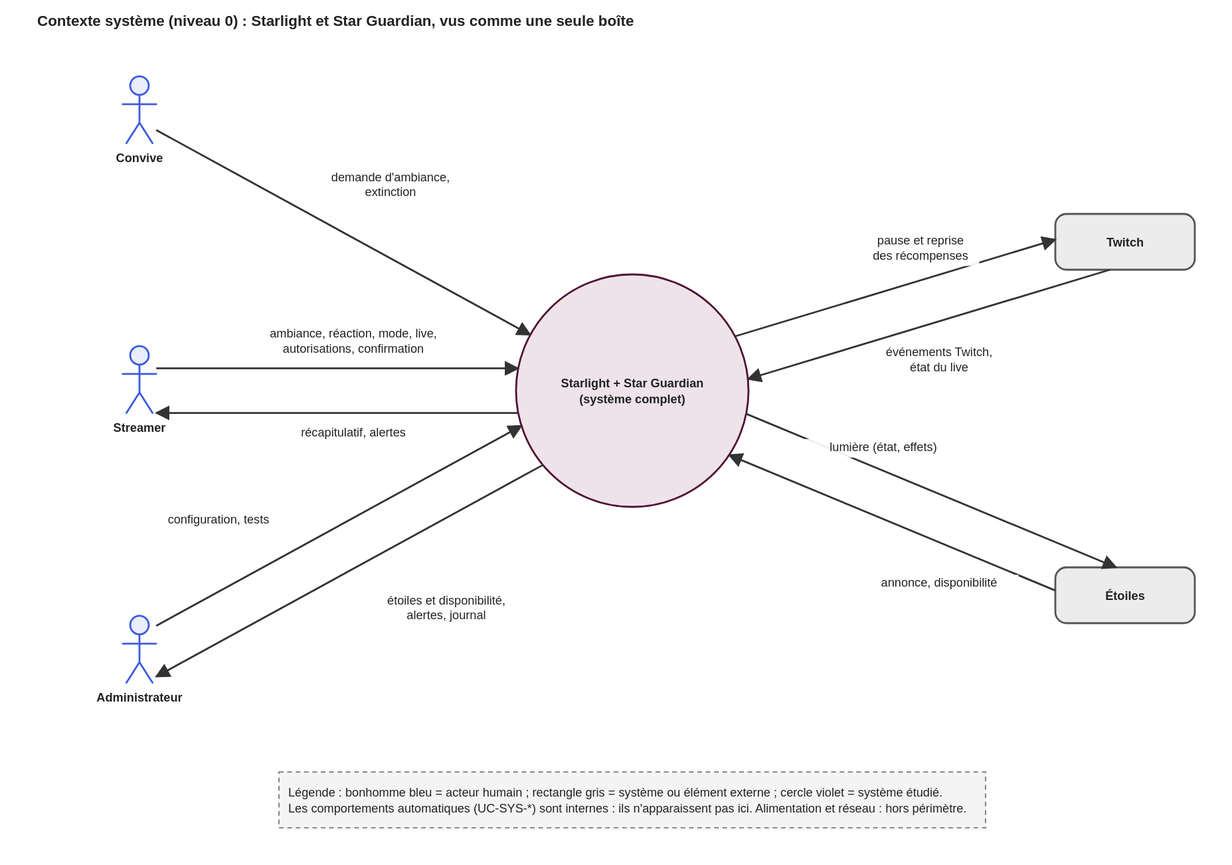
Earlier version of the draw.io export docs/02-specifications/contexte-systeme.drawio.svg (Has-san/Starlight). Source tidied: cells renumbered, new cells last; positions are measured from the earlier drawing's top-left corner, leaving out a move shared by most shapes.
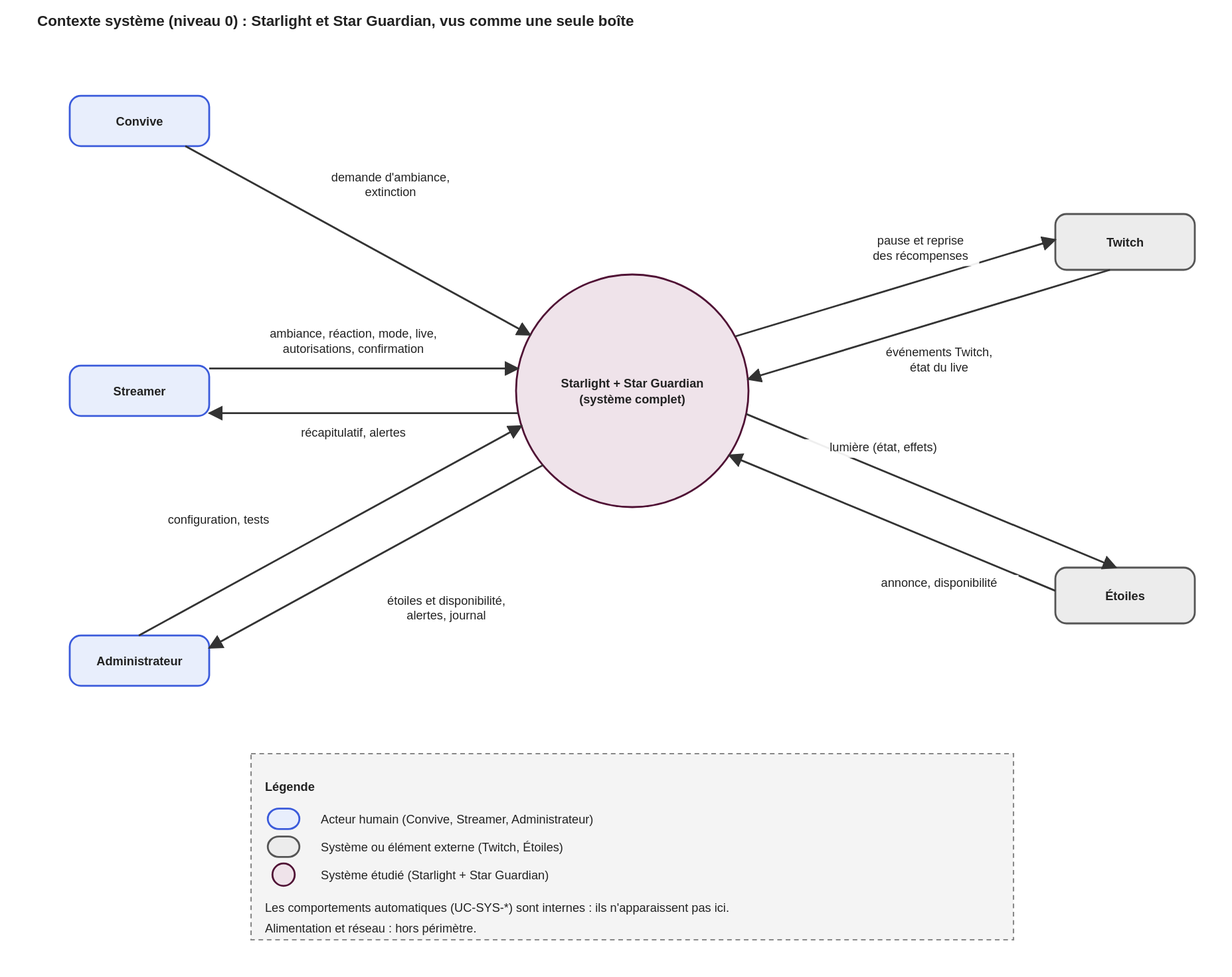
The same diagram one commit later.

Commit message:
docs: humains en rectangles et légende en liste avec couleurs sur le schéma de contexte

Claude-Session: https://claude.ai/code/session_019Qt1ZNcs26i7ZgavyR8azT

The edit, as a diff of the source:
```diff
@@ -2,14 +2,14 @@
   <root>
     <mxCell id="0" />
     <mxCell id="1" parent="0" />
-    <mxCell id="2" value="Convive" style="shape=umlActor;verticalLabelPosition=bottom;verticalAlign=top;html=1;outlineConnect=0;fillColor=#e8eefc;strokeColor=#3b5bdb;strokeWidth=2;fontSize=13;fontStyle=1;" parent="1" vertex="1">
-      <mxGeometry width="36" height="72" as="geometry" />
+    <mxCell id="2" value="Convive" style="rounded=1;whiteSpace=wrap;html=1;fillColor=#e8eefc;strokeColor=#3b5bdb;strokeWidth=2;fontSize=13;" parent="1" vertex="1">
+      <mxGeometry x="-57" y="21" width="150" height="54" as="geometry" />
     </mxCell>
-    <mxCell id="3" value="Streamer" style="shape=umlActor;verticalLabelPosition=bottom;verticalAlign=top;html=1;outlineConnect=0;fillColor=#e8eefc;strokeColor=#3b5bdb;strokeWidth=2;fontSize=13;fontStyle=1;" parent="1" vertex="1">
-      <mxGeometry y="290" width="36" height="72" as="geometry" />
+    <mxCell id="3" value="Streamer" style="rounded=1;whiteSpace=wrap;html=1;fillColor=#e8eefc;strokeColor=#3b5bdb;strokeWidth=2;fontSize=13;" parent="1" vertex="1">
+      <mxGeometry x="-57" y="311" width="150" height="54" as="geometry" />
     </mxCell>
-    <mxCell id="4" value="Administrateur" style="shape=umlActor;verticalLabelPosition=bottom;verticalAlign=top;html=1;outlineConnect=0;fillColor=#e8eefc;strokeColor=#3b5bdb;strokeWidth=2;fontSize=13;fontStyle=1;" parent="1" vertex="1">
-      <mxGeometry y="580" width="36" height="72" as="geometry" />
+    <mxCell id="4" value="Administrateur" style="rounded=1;whiteSpace=wrap;html=1;fillColor=#e8eefc;strokeColor=#3b5bdb;strokeWidth=2;fontSize=13;" parent="1" vertex="1">
+      <mxGeometry x="-57" y="601" width="150" height="54" as="geometry" />
     </mxCell>
     <mxCell id="5" value="Twitch" style="rounded=1;whiteSpace=wrap;html=1;fillColor=#ececec;strokeColor=#555555;strokeWidth=2;fontSize=13;" parent="1" vertex="1">
       <mxGeometry x="1003" y="148" width="150" height="60" as="geometry" />
@@ -20,9 +20,36 @@
     <mxCell id="7" value="Starlight + Star Guardian&lt;br&gt;(système complet)" style="ellipse;whiteSpace=wrap;html=1;fillColor=#efe3ea;strokeColor=#501235;strokeWidth=2;fontSize=13;fontStyle=1;" parent="1" vertex="1">
       <mxGeometry x="423" y="213" width="250" height="250" as="geometry" />
     </mxCell>
-    <mxCell id="8" value="Légende : bonhomme bleu = acteur humain ; rectangle gris = système ou élément externe ; cercle violet = système étudié.&lt;br&gt;Les comportements automatiques (UC-SYS-*) sont internes : ils n'apparaissent pas ici. Alimentation et réseau : hors périmètre." style="rounded=0;dashed=1;align=left;spacingLeft=8;whiteSpace=wrap;html=1;fillColor=#f4f4f4;strokeColor=#888888;strokeWidth=2;fontSize=13;" parent="1" vertex="1">
-      <mxGeometry x="168" y="748" width="760" height="60" as="geometry" />
+    <mxCell id="8" style="rounded=0;dashed=1;align=left;spacingLeft=8;whiteSpace=wrap;html=1;fillColor=#f4f4f4;strokeColor=#888888;strokeWidth=2;fontSize=13;" parent="1" vertex="1">
+      <mxGeometry x="138" y="728" width="820" height="200" as="geometry" />
     </mxCell>
+    <mxCell id="18" value="Légende" style="text;html=1;align=left;verticalAlign=middle;whiteSpace=wrap;fontSize=13;fontStyle=1;" parent="1" vertex="1">
+      <mxGeometry x="153" y="753" width="100" height="20" as="geometry" />
+    </mxCell>
+    <mxCell id="19" style="rounded=1;whiteSpace=wrap;html=1;fillColor=#e8eefc;strokeColor=#3b5bdb;strokeWidth=2;fontSize=13;" parent="1" vertex="1">
+      <mxGeometry x="156" y="787" width="34" height="22" as="geometry" />
+    </mxCell>
+    <mxCell id="20" value="Acteur humain (Convive, Streamer, Administrateur)" style="text;html=1;align=left;verticalAlign=middle;whiteSpace=wrap;fontSize=13;" parent="1" vertex="1">
+      <mxGeometry x="213" y="788" width="460" height="20" as="geometry" />
+    </mxCell>
+    <mxCell id="21" style="rounded=1;whiteSpace=wrap;html=1;fillColor=#ececec;strokeColor=#555555;strokeWidth=2;fontSize=13;" parent="1" vertex="1">
+      <mxGeometry x="156" y="817" width="34" height="22" as="geometry" />
+    </mxCell>
+    <mxCell id="22" value="Système ou élément externe (Twitch, Étoiles)" style="text;html=1;align=left;verticalAlign=middle;whiteSpace=wrap;fontSize=13;" parent="1" vertex="1">
+      <mxGeometry x="213" y="818" width="460" height="20" as="geometry" />
+    </mxCell>
+    <mxCell id="23" style="ellipse;whiteSpace=wrap;html=1;fillColor=#efe3ea;strokeColor=#501235;strokeWidth=2;fontSize=13;fontStyle=1;" parent="1" vertex="1">
+      <mxGeometry x="161" y="846" width="24" height="24" as="geometry" />
+    </mxCell>
+    <mxCell id="24" value="Système étudié (Starlight + Star Guardian)" style="text;html=1;align=left;verticalAlign=middle;whiteSpace=wrap;fontSize=13;" parent="1" vertex="1">
+      <mxGeometry x="213" y="848" width="460" height="20" as="geometry" />
+    </mxCell>
+    <mxCell id="25" value="Les comportements automatiques (UC-SYS-*) sont internes : ils n'apparaissent pas ici." style="text;html=1;align=left;verticalAlign=middle;whiteSpace=wrap;fontSize=13;" parent="1" vertex="1">
+      <mxGeometry x="153" y="883" width="720" height="20" as="geometry" />
+    </mxCell>
+    <mxCell id="26" value="Alimentation et réseau : hors périmètre." style="text;html=1;align=left;verticalAlign=middle;whiteSpace=wrap;fontSize=13;" parent="1" vertex="1">
+      <mxGeometry x="153" y="905" width="720" height="20" as="geometry" />
+    </mxCell>
     <mxCell id="9" value="demande d'ambiance,&lt;br&gt;extinction" style="edgeStyle=none;html=1;endArrow=block;strokeWidth=2;fontSize=13;labelBackgroundColor=#ffffff;" parent="1" edge="1" source="2" target="7">
       <mxGeometry relative="1" as="geometry" />
     </mxCell>
```
